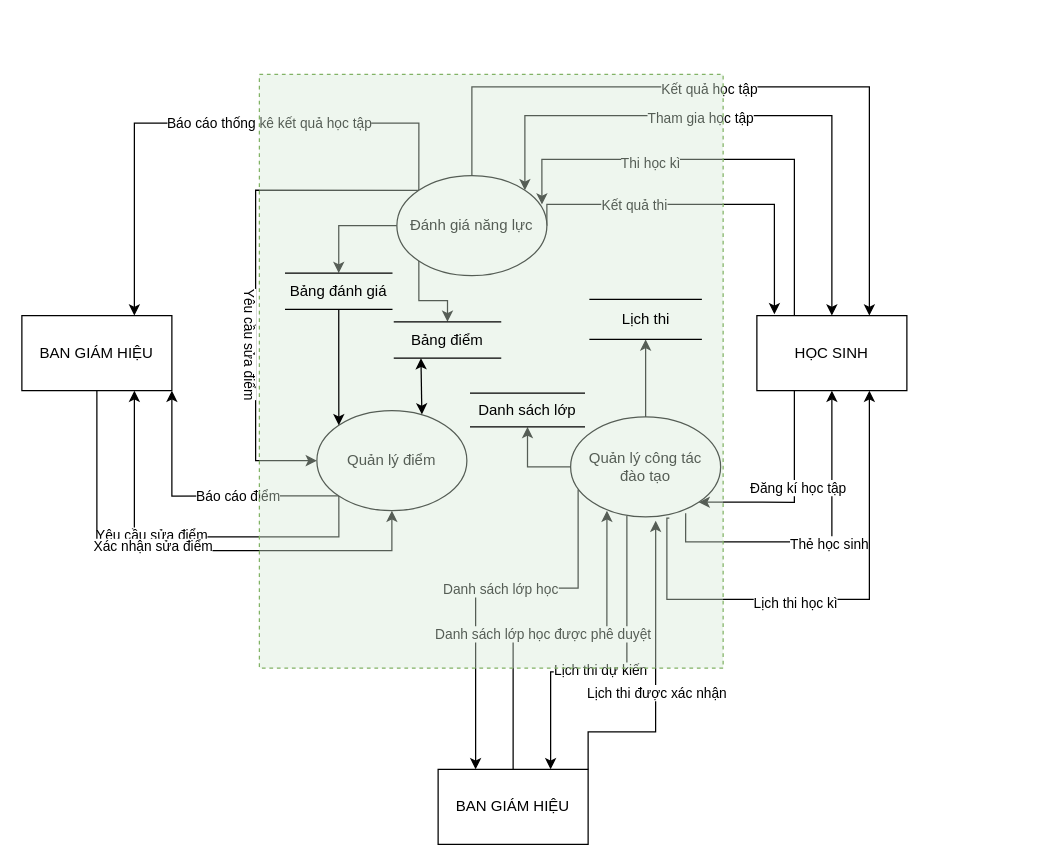
Above: 2.2.2.drawio in TLGKien/graph (draw.io), before the change. Source tidied: cells renumbered, new cells numbered last; positions are measured from the earlier drawing's top-left corner, leaving out a move shared by most shapes. Both pictures are drawn from the tidied source at 125%, with x=0, y=0 at pixel (21, 74).
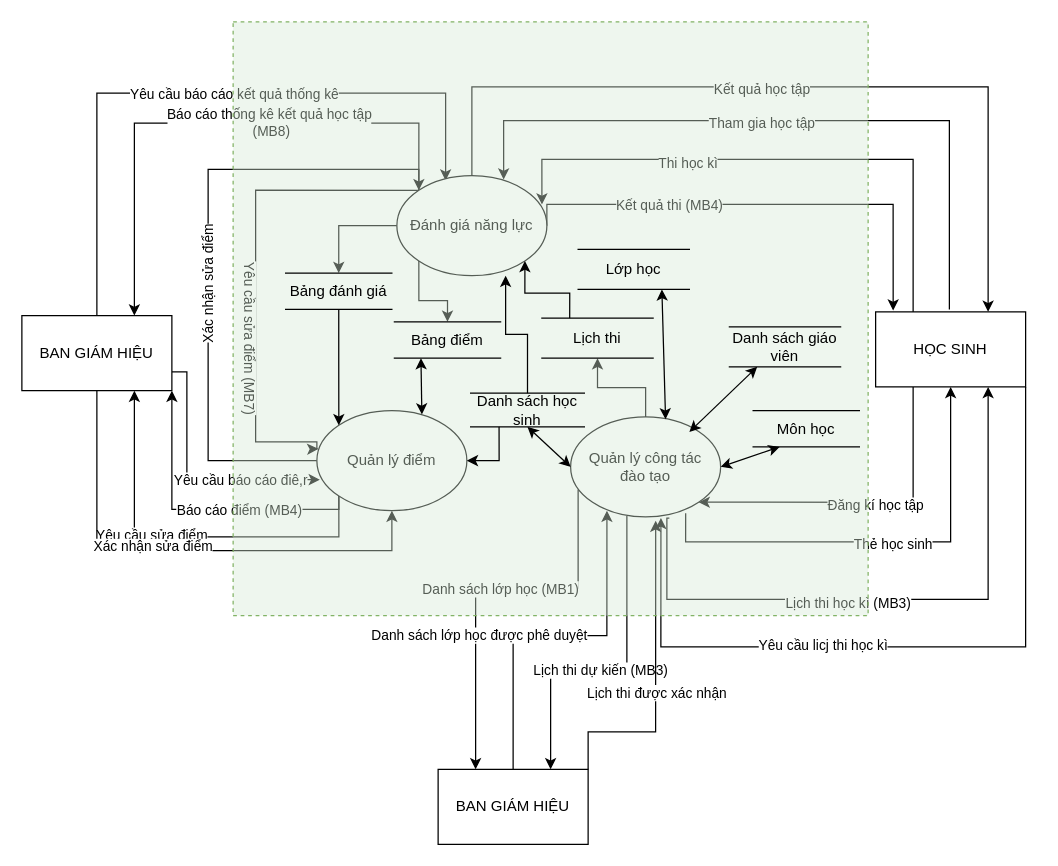
Above is the later version.

Unchanged cells that the change refers to:
```xml
<mxCell id="4" style="edgeStyle=orthogonalEdgeStyle;rounded=0;jettySize=auto;html=1;entryX=0.75;entryY=1;entryDx=0;entryDy=0;exitX=0.642;exitY=1.013;exitDx=0;exitDy=0;exitPerimeter=0;" parent="1" edge="1" source="42" target="27">
  <mxGeometry relative="1" as="geometry">
    <Array as="points">
      <mxPoint x="518" y="355" />
      <mxPoint x="516" y="355" />
      <mxPoint x="516" y="420" />
      <mxPoint x="678" y="420" />
    </Array>
  </mxGeometry>
</mxCell>
<mxCell id="8" style="edgeStyle=orthogonalEdgeStyle;rounded=0;jettySize=auto;html=1;entryX=0.75;entryY=0;entryDx=0;entryDy=0;labelPosition=center;verticalLabelPosition=middle;align=center;verticalAlign=middle;exitX=0;exitY=0;exitDx=0;exitDy=0;" parent="1" edge="1" source="36" target="22">
  <mxGeometry relative="1" as="geometry">
    <Array as="points">
      <mxPoint x="318" y="39" />
      <mxPoint x="90" y="39" />
    </Array>
  </mxGeometry>
</mxCell>
<mxCell id="12" style="edgeStyle=orthogonalEdgeStyle;rounded=0;jettySize=auto;html=1;entryX=0.25;entryY=0;entryDx=0;entryDy=0;align=right;exitX=0.05;exitY=0.725;exitDx=0;exitDy=0;exitPerimeter=0;" parent="1" edge="1" source="42" target="44">
  <mxGeometry relative="1" as="geometry">
    <Array as="points">
      <mxPoint x="445" y="411" />
      <mxPoint x="363" y="411" />
    </Array>
  </mxGeometry>
</mxCell>
<mxCell id="14" style="edgeStyle=orthogonalEdgeStyle;rounded=0;jettySize=auto;html=1;entryX=0.75;entryY=0;entryDx=0;entryDy=0;align=right;exitX=0.375;exitY=0.988;exitDx=0;exitDy=0;exitPerimeter=0;" parent="1" edge="1" source="42" target="44">
  <mxGeometry relative="1" as="geometry">
    <Array as="points">
      <mxPoint x="484" y="478" />
      <mxPoint x="423" y="478" />
    </Array>
  </mxGeometry>
</mxCell>
<mxCell id="18" style="edgeStyle=orthogonalEdgeStyle;rounded=0;jettySize=auto;html=1;exitX=0.5;exitY=0;exitDx=0;exitDy=0;align=right;entryX=0.242;entryY=0.938;entryDx=0;entryDy=0;entryPerimeter=0;" parent="1" edge="1" source="44" target="42">
  <mxGeometry relative="1" as="geometry">
    <Array as="points">
      <mxPoint x="393" y="449" />
      <mxPoint x="468" y="449" />
    </Array>
  </mxGeometry>
</mxCell>
<mxCell id="22" value="BAN GIÁM HIỆU" style="rounded=0;whiteSpace=wrap;html=1;" parent="1" vertex="1">
  <mxGeometry y="193" width="120" height="60" as="geometry" />
</mxCell>
<mxCell id="36" value="Đánh giá năng lực" style="ellipse;whiteSpace=wrap;html=1;" parent="1" vertex="1">
  <mxGeometry x="300" y="81" width="120" height="80" as="geometry" />
</mxCell>
<mxCell id="39" value="Quản lý điểm" style="ellipse;whiteSpace=wrap;html=1;" parent="1" vertex="1">
  <mxGeometry x="236" y="269" width="120" height="80" as="geometry" />
</mxCell>
<mxCell id="42" value="&lt;div&gt;Quản lý công tác &lt;br&gt;&lt;/div&gt;&lt;div&gt;đào tạo&lt;/div&gt;" style="ellipse;whiteSpace=wrap;html=1;" parent="1" vertex="1">
  <mxGeometry x="439" y="274" width="120" height="80" as="geometry" />
</mxCell>
```

What changed in the source:
```diff
@@
     <mxCell id="2" style="edgeStyle=orthogonalEdgeStyle;rounded=0;jettySize=auto;html=1;entryX=0.5;entryY=1;entryDx=0;entryDy=0;exitX=0.767;exitY=0.963;exitDx=0;exitDy=0;exitPerimeter=0;" parent="1" edge="1" source="42" target="27">
       <mxGeometry relative="1" as="geometry">
         <Array as="points">
           <mxPoint x="531" y="374" />
-          <mxPoint x="648" y="374" />
+          <mxPoint x="743" y="374" />
         </Array>
       </mxGeometry>
     </mxCell>
@@
-    <mxCell id="5" value="Lịch thi học kì" style="edgeLabel;html=1;align=center;verticalAlign=middle;" parent="4" vertex="1">
+    <mxCell id="5" value="Lịch thi học kì (MB3)" style="edgeLabel;html=1;align=center;verticalAlign=middle;" parent="4" vertex="1">
       <mxGeometry x="-0.14" y="-2" relative="1" as="geometry" />
     </mxCell>
     <mxCell id="6" style="edgeStyle=orthogonalEdgeStyle;rounded=0;jettySize=auto;html=1;entryX=0.75;entryY=0;entryDx=0;entryDy=0;exitX=0.5;exitY=0;exitDx=0;exitDy=0;" parent="1" edge="1" source="36" target="27">
       <mxGeometry relative="1" as="geometry">
         <Array as="points">
           <mxPoint x="360" y="10" />
-          <mxPoint x="678" y="10" />
+          <mxPoint x="773" y="10" />
         </Array>
       </mxGeometry>
     </mxCell>
@@
-    <mxCell id="9" value="&lt;div align=&quot;right&quot;&gt;Báo cáo thống kê kết quả học tập&lt;br&gt;&lt;/div&gt;" style="edgeLabel;html=1;align=center;verticalAlign=middle;" parent="8" vertex="1">
+    <mxCell id="9" value="&lt;div align=&quot;right&quot;&gt;Báo cáo thống kê kết quả học tập&lt;br&gt;&lt;/div&gt;&amp;nbsp;(MB8)" style="edgeLabel;html=1;align=center;verticalAlign=middle;" parent="8" vertex="1">
       <mxGeometry x="0.25" relative="1" as="geometry">
         <mxPoint x="97.7" y="-1" as="offset" />
       </mxGeometry>
     </mxCell>
@@
-    <mxCell id="13" value="Danh sách lớp học" style="edgeLabel;html=1;align=center;verticalAlign=middle;" parent="12" vertex="1">
+    <mxCell id="13" value="Danh sách lớp học (MB1)" style="edgeLabel;html=1;align=center;verticalAlign=middle;" parent="12" vertex="1">
       <mxGeometry x="-0.07" relative="1" as="geometry" />
     </mxCell>
@@
-    <mxCell id="15" value="Lịch thi dự kiến" style="edgeLabel;html=1;align=center;verticalAlign=middle;" parent="14" vertex="1">
+    <mxCell id="15" value="Lịch thi dự kiến (MB3)" style="edgeLabel;html=1;align=center;verticalAlign=middle;" parent="14" vertex="1">
       <mxGeometry x="0.11" y="-2" relative="1" as="geometry" />
     </mxCell>
@@
     <mxCell id="19" value="Danh sách lớp học được phê duyệt" style="edgeLabel;html=1;align=center;verticalAlign=middle;" parent="18" vertex="1">
-      <mxGeometry x="-0.08" y="2" relative="1" as="geometry" />
+      <mxGeometry x="-0.08" y="2" relative="1" as="geometry">
+        <mxPoint x="-51" y="1" as="offset" />
+      </mxGeometry>
     </mxCell>
@@
+    <mxCell id="51" style="edgeStyle=orthogonalEdgeStyle;rounded=0;jettySize=auto;html=1;exitX=0.5;exitY=0;exitDx=0;exitDy=0;entryX=0.325;entryY=0.05;entryDx=0;entryDy=0;entryPerimeter=0;" parent="1" edge="1" source="22" target="36">
+      <mxGeometry relative="1" as="geometry">
+        <Array as="points">
+          <mxPoint x="60" y="15" />
+          <mxPoint x="339" y="15" />
+        </Array>
+      </mxGeometry>
+    </mxCell>
+    <mxCell id="52" value="Yêu cầu báo cáo kết quả thống kê" style="edgeLabel;html=1;align=center;verticalAlign=middle;" parent="51" vertex="1">
+      <mxGeometry x="0.09" relative="1" as="geometry" />
+    </mxCell>
+    <mxCell id="53" style="edgeStyle=orthogonalEdgeStyle;rounded=0;jettySize=auto;html=1;exitX=1;exitY=0.75;exitDx=0;exitDy=0;entryX=0.02;entryY=0.69;entryDx=0;entryDy=0;entryPerimeter=0;" parent="1" edge="1" source="22" target="39">
+      <mxGeometry relative="1" as="geometry">
+        <Array as="points">
+          <mxPoint x="132" y="238" />
+          <mxPoint x="132" y="324" />
+        </Array>
+      </mxGeometry>
+    </mxCell>
+    <mxCell id="54" value="Yêu cầu báo cáo điê,r" style="edgeLabel;html=1;align=center;verticalAlign=middle;" parent="53" vertex="1">
+      <mxGeometry x="0.29" relative="1" as="geometry">
+        <mxPoint x="9" as="offset" />
+      </mxGeometry>
+    </mxCell>
@@
     <mxCell id="23" style="edgeStyle=orthogonalEdgeStyle;rounded=0;jettySize=auto;html=1;exitX=0.25;exitY=1;exitDx=0;exitDy=0;entryX=1;entryY=1;entryDx=0;entryDy=0;" parent="1" edge="1" source="27" target="42">
       <mxGeometry relative="1" as="geometry">
         <Array as="points">
-          <mxPoint x="618" y="342" />
+          <mxPoint x="713" y="342" />
         </Array>
       </mxGeometry>
     </mxCell>
@@
     <mxCell id="25" style="edgeStyle=orthogonalEdgeStyle;rounded=0;jettySize=auto;html=1;exitX=0.25;exitY=0;exitDx=0;exitDy=0;entryX=0.967;entryY=0.288;entryDx=0;entryDy=0;entryPerimeter=0;" parent="1" edge="1" source="27" target="36">
       <mxGeometry relative="1" as="geometry">
         <Array as="points">
-          <mxPoint x="618" y="68" />
+          <mxPoint x="713" y="68" />
           <mxPoint x="416" y="68" />
         </Array>
       </mxGeometry>
     </mxCell>
@@
+    <mxCell id="55" style="edgeStyle=orthogonalEdgeStyle;rounded=0;jettySize=auto;html=1;exitX=1;exitY=1;exitDx=0;exitDy=0;entryX=0.602;entryY=1.01;entryDx=0;entryDy=0;entryPerimeter=0;" parent="1" edge="1" source="27" target="42">
+      <mxGeometry relative="1" as="geometry">
+        <Array as="points">
+          <mxPoint x="803" y="458" />
+          <mxPoint x="511" y="458" />
+        </Array>
+      </mxGeometry>
+    </mxCell>
+    <mxCell id="56" value="Yêu cầu licj thi học kì" style="edgeLabel;html=1;align=center;verticalAlign=middle;" parent="55" vertex="1">
+      <mxGeometry x="0.23" y="-2" relative="1" as="geometry" />
+    </mxCell>
+    <mxCell id="57" style="edgeStyle=orthogonalEdgeStyle;rounded=0;jettySize=auto;html=1;entryX=0.712;entryY=0.04;entryDx=0;entryDy=0;entryPerimeter=0;startArrow=none;" parent="1" edge="1" target="36">
+      <mxGeometry relative="1" as="geometry">
+        <mxPoint x="742" y="188" as="sourcePoint" />
+        <Array as="points">
+          <mxPoint x="385" y="37" />
+        </Array>
+      </mxGeometry>
+    </mxCell>
+    <mxCell id="29" value="Tham gia học tập" style="edgeLabel;html=1;align=center;verticalAlign=middle;" parent="57" vertex="1">
+      <mxGeometry x="0.09" y="1" relative="1" as="geometry" />
+    </mxCell>
     <mxCell id="27" value="HỌC SINH" style="rounded=0;whiteSpace=wrap;html=1;" parent="1" vertex="1">
-      <mxGeometry x="588" y="193" width="120" height="60" as="geometry" />
+      <mxGeometry x="683" y="190" width="120" height="60" as="geometry" />
     </mxCell>
-    <mxCell id="28" style="endArrow=classic;startArrow=classic;html=1;align=right;edgeStyle=orthogonalEdgeStyle;rounded=0;exitX=1;exitY=0;exitDx=0;exitDy=0;" parent="1" edge="1" source="36">
-      <mxGeometry relative="1" as="geometry">
-        <mxPoint x="648" y="193" as="targetPoint" />
-        <Array as="points">
-          <mxPoint x="402" y="33" />
-          <mxPoint x="648" y="33" />
-        </Array>
-      </mxGeometry>
-    </mxCell>
-    <mxCell id="29" value="Tham gia học tập" style="edgeLabel;html=1;align=center;verticalAlign=middle;" parent="28" vertex="1">
-      <mxGeometry x="-0.14" y="-1" relative="1" as="geometry" />
-    </mxCell>
@@
     <mxCell id="32" style="edgeStyle=orthogonalEdgeStyle;rounded=0;jettySize=auto;html=1;exitX=1;exitY=0.5;exitDx=0;exitDy=0;entryX=0.117;entryY=-0.017;entryDx=0;entryDy=0;entryPerimeter=0;" parent="1" edge="1" source="36" target="27">
       <mxGeometry relative="1" as="geometry">
         <Array as="points">
           <mxPoint x="420" y="104" />
-          <mxPoint x="602" y="104" />
+          <mxPoint x="697" y="104" />
         </Array>
       </mxGeometry>
     </mxCell>
-    <mxCell id="33" value="Kết quả thi" style="edgeLabel;html=1;align=center;verticalAlign=middle;" parent="32" vertex="1">
+    <mxCell id="33" value="Kết quả thi (MB4)" style="edgeLabel;html=1;align=center;verticalAlign=middle;" parent="32" vertex="1">
       <mxGeometry x="-0.4" relative="1" as="geometry" />
     </mxCell>
-    <mxCell id="34" style="edgeStyle=orthogonalEdgeStyle;rounded=0;jettySize=auto;html=1;exitX=0;exitY=0;exitDx=0;exitDy=0;entryX=0;entryY=0.5;entryDx=0;entryDy=0;" parent="1" edge="1" source="36" target="39">
+    <mxCell id="34" style="edgeStyle=orthogonalEdgeStyle;rounded=0;jettySize=auto;html=1;exitX=0;exitY=0;exitDx=0;exitDy=0;entryX=0.01;entryY=0.382;entryDx=0;entryDy=0;entryPerimeter=0;" parent="1" edge="1" source="36" target="39">
       <mxGeometry relative="1" as="geometry">
         <Array as="points">
           <mxPoint x="187" y="93" />
-          <mxPoint x="187" y="309" />
+          <mxPoint x="187" y="294" />
+          <mxPoint x="236" y="294" />
+          <mxPoint x="236" y="300" />
         </Array>
       </mxGeometry>
     </mxCell>
-    <mxCell id="35" value="Yêu cầu sửa điểm" style="edgeLabel;html=1;align=center;verticalAlign=middle;rotation=90;" parent="34" vertex="1">
+    <mxCell id="35" value="Yêu cầu sửa điểm (MB7)" style="edgeLabel;html=1;align=center;verticalAlign=middle;rotation=90;" parent="34" vertex="1">
       <mxGeometry x="0.28" y="-4" relative="1" as="geometry" />
     </mxCell>
@@
     <mxCell id="37" style="edgeStyle=orthogonalEdgeStyle;rounded=0;jettySize=auto;html=1;exitX=0;exitY=1;exitDx=0;exitDy=0;entryX=1;entryY=1;entryDx=0;entryDy=0;" parent="1" edge="1" source="39" target="22">
-      <mxGeometry relative="1" as="geometry" />
+      <mxGeometry relative="1" as="geometry">
+        <Array as="points">
+          <mxPoint x="254" y="348" />
+          <mxPoint x="120" y="348" />
+        </Array>
+      </mxGeometry>
     </mxCell>
-    <mxCell id="38" value="Báo cáo điểm" style="edgeLabel;html=1;align=center;verticalAlign=middle;" parent="37" vertex="1">
+    <mxCell id="38" value="Báo cáo điểm (MB4)" style="edgeLabel;html=1;align=center;verticalAlign=middle;" parent="37" vertex="1">
       <mxGeometry x="-0.09" y="2" relative="1" as="geometry">
         <mxPoint x="18.4" y="-1.3" as="offset" />
       </mxGeometry>
     </mxCell>
+    <mxCell id="58" style="edgeStyle=orthogonalEdgeStyle;rounded=0;jettySize=auto;html=1;exitX=0;exitY=0.5;exitDx=0;exitDy=0;entryX=0;entryY=0;entryDx=0;entryDy=0;" parent="1" edge="1" source="39" target="36">
+      <mxGeometry relative="1" as="geometry">
+        <Array as="points">
+          <mxPoint x="149" y="309" />
+          <mxPoint x="149" y="76" />
+          <mxPoint x="318" y="76" />
+        </Array>
+      </mxGeometry>
+    </mxCell>
+    <mxCell id="59" value="Xác nhận sửa điểm" style="edgeLabel;html=1;align=center;verticalAlign=middle;rotation=-90;" parent="58" vertex="1">
+      <mxGeometry x="-0.1" y="1" relative="1" as="geometry" />
+    </mxCell>
@@
-    <mxCell id="40" style="edgeStyle=orthogonalEdgeStyle;rounded=0;jettySize=auto;html=1;exitX=0;exitY=0.5;exitDx=0;exitDy=0;entryX=0.5;entryY=1;entryDx=0;entryDy=0;" parent="1" edge="1" source="42" target="47">
-      <mxGeometry relative="1" as="geometry" />
-    </mxCell>
@@
     <mxCell id="43" style="rounded=0;whiteSpace=wrap;html=1;dashed=1;strokeOpacity=100;fillColor=#d5e8d4;strokeColor=#82b366;glass=0;shadow=0;sketch=0;overflow=visible;fillOpacity=40;" parent="1" vertex="1">
-      <mxGeometry x="190" width="371" height="475" as="geometry" />
+      <mxGeometry x="169" y="-42" width="508" height="475" as="geometry" />
     </mxCell>
@@
+    <mxCell id="60" style="edgeStyle=orthogonalEdgeStyle;rounded=0;jettySize=auto;html=1;exitX=0.25;exitY=0;exitDx=0;exitDy=0;entryX=1;entryY=1;entryDx=0;entryDy=0;" parent="1" edge="1" source="46" target="36">
+      <mxGeometry relative="1" as="geometry" />
+    </mxCell>
     <mxCell id="46" value="Lịch thi" style="shape=partialRectangle;whiteSpace=wrap;html=1;left=0;right=0;fillColor=none;rounded=0;shadow=0;glass=0;sketch=0;" parent="1" vertex="1">
-      <mxGeometry x="454.5" y="180" width="89" height="32" as="geometry" />
+      <mxGeometry x="416" y="195" width="89" height="32" as="geometry" />
     </mxCell>
+    <mxCell id="61" style="edgeStyle=orthogonalEdgeStyle;rounded=0;jettySize=auto;html=1;exitX=0.5;exitY=0;exitDx=0;exitDy=0;entryX=0.725;entryY=1;entryDx=0;entryDy=0;entryPerimeter=0;" parent="1" edge="1" source="47" target="36">
+      <mxGeometry relative="1" as="geometry" />
+    </mxCell>
+    <mxCell id="62" style="edgeStyle=orthogonalEdgeStyle;rounded=0;jettySize=auto;html=1;exitX=0.25;exitY=1;exitDx=0;exitDy=0;entryX=1;entryY=0.5;entryDx=0;entryDy=0;" parent="1" edge="1" source="47" target="39">
+      <mxGeometry relative="1" as="geometry">
+        <Array as="points">
+          <mxPoint x="382" y="309" />
+        </Array>
+      </mxGeometry>
+    </mxCell>
-    <mxCell id="47" value="Danh sách lớp" style="shape=partialRectangle;whiteSpace=wrap;html=1;left=0;right=0;fillColor=none;rounded=0;shadow=0;glass=0;sketch=0;" parent="1" vertex="1">
+    <mxCell id="47" value="Danh sách học sinh" style="shape=partialRectangle;whiteSpace=wrap;html=1;left=0;right=0;fillColor=none;rounded=0;shadow=0;glass=0;sketch=0;" parent="1" vertex="1">
       <mxGeometry x="359" y="255" width="91" height="27" as="geometry" />
     </mxCell>
@@
+    <mxCell id="63" value="Lớp học" style="shape=partialRectangle;whiteSpace=wrap;html=1;left=0;right=0;fillColor=none;rounded=0;shadow=0;glass=0;sketch=0;" parent="1" vertex="1">
+      <mxGeometry x="445" y="140" width="89" height="32" as="geometry" />
+    </mxCell>
+    <mxCell id="64" value="Danh sách giáo viên" style="shape=partialRectangle;whiteSpace=wrap;html=1;left=0;right=0;fillColor=none;rounded=0;shadow=0;glass=0;sketch=0;" parent="1" vertex="1">
+      <mxGeometry x="566" y="202" width="89" height="32" as="geometry" />
+    </mxCell>
+    <mxCell id="65" value="Môn học" style="shape=partialRectangle;whiteSpace=wrap;html=1;left=0;right=0;fillColor=none;rounded=0;shadow=0;glass=0;sketch=0;" parent="1" vertex="1">
+      <mxGeometry x="585" y="269" width="85" height="29" as="geometry" />
+    </mxCell>
+    <mxCell id="66" style="endArrow=classic;startArrow=classic;html=1;exitX=0.633;exitY=0.025;exitDx=0;exitDy=0;exitPerimeter=0;entryX=0.25;entryY=1;entryDx=0;entryDy=0;" parent="1" edge="1" source="42">
+      <mxGeometry relative="1" as="geometry">
+        <mxPoint x="512" y="172" as="targetPoint" />
+      </mxGeometry>
+    </mxCell>
+    <mxCell id="67" style="endArrow=classic;startArrow=classic;html=1;exitX=0.708;exitY=0.025;exitDx=0;exitDy=0;exitPerimeter=0;entryX=0.25;entryY=1;entryDx=0;entryDy=0;" parent="1" edge="1" target="64">
+      <mxGeometry relative="1" as="geometry">
+        <mxPoint x="534" y="286" as="sourcePoint" />
+      </mxGeometry>
+    </mxCell>
+    <mxCell id="68" style="endArrow=classic;startArrow=classic;html=1;exitX=1;exitY=0.5;exitDx=0;exitDy=0;entryX=0.25;entryY=1;entryDx=0;entryDy=0;" parent="1" edge="1" source="42" target="65">
+      <mxGeometry relative="1" as="geometry" />
+    </mxCell>
+    <mxCell id="40" style="endArrow=classic;startArrow=classic;html=1;exitX=0;exitY=0.5;exitDx=0;exitDy=0;entryX=0.5;entryY=1;entryDx=0;entryDy=0;" parent="1" edge="1" source="42" target="47">
+      <mxGeometry relative="1" as="geometry" />
+    </mxCell>
```
